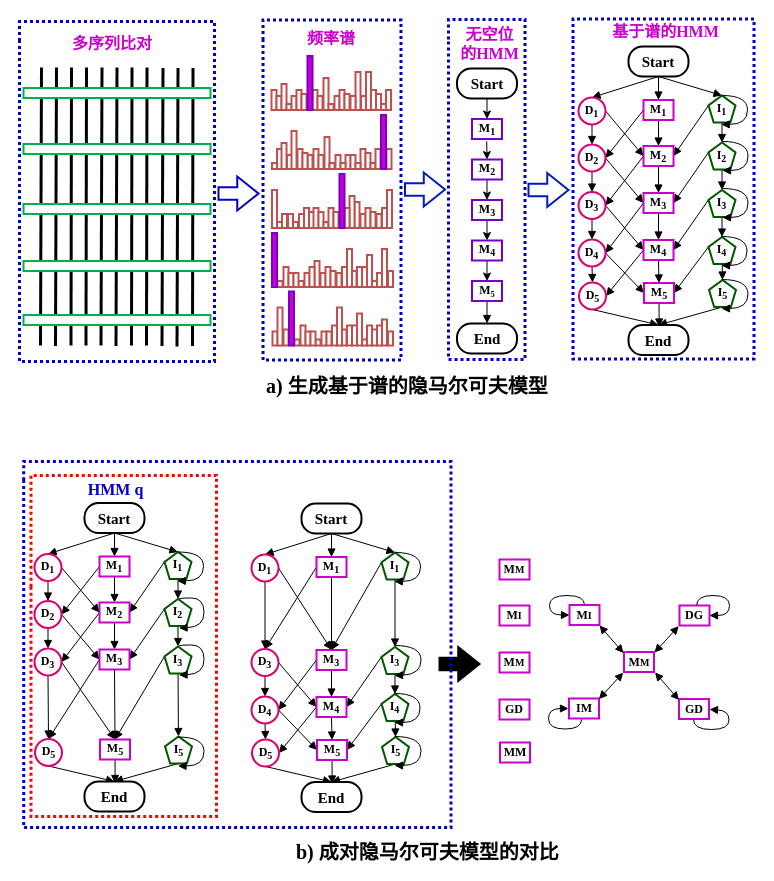
This is page "第 3 页" (3 of 4) of 复杂.drawio from chenjgui/Flow-chat, a draw.io file, before an edit. Source tidied: cells renumbered, new cells numbered last; positions are measured from the earlier drawing's top-left corner, leaving out a move shared by most shapes. Both pictures are drawn from the tidied source at 100%, with x=0, y=0 at pixel (19, 19).
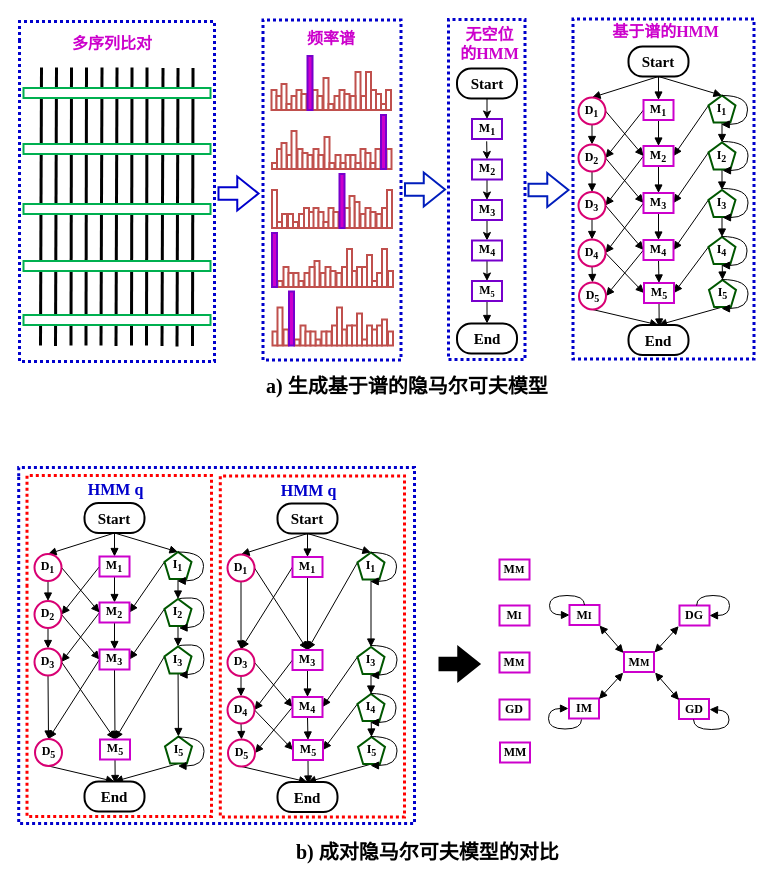
The same page after the edit.

Diff of the diagram source:
```diff
@@
     <mxCell id="231" value="&lt;font style=&quot;font-size: 15px&quot; face=&quot;Times New Roman&quot;&gt;Start&lt;/font&gt;" style="rounded=1;whiteSpace=wrap;html=1;arcSize=47;strokeWidth=2;fontStyle=1;rotation=0;" parent="1" vertex="1">
-      <mxGeometry x="282" y="484" width="60" height="30" as="geometry" />
+      <mxGeometry x="258" y="484" width="60" height="30" as="geometry" />
     </mxCell>
@@
     <mxCell id="234" value="&lt;font face=&quot;Times New Roman&quot;&gt;&lt;b&gt;I&lt;sub&gt;1&lt;/sub&gt;&lt;/b&gt;&lt;/font&gt;" style="whiteSpace=wrap;html=1;shape=mxgraph.basic.pentagon;strokeWidth=2;fillColor=#FFFFFF;strokeColor=#005700;" parent="1" vertex="1">
-      <mxGeometry x="362" y="533" width="27" height="27" as="geometry" />
+      <mxGeometry x="338" y="533" width="27" height="27" as="geometry" />
     </mxCell>
     <mxCell id="235" style="edgeStyle=orthogonalEdgeStyle;rounded=0;orthogonalLoop=1;jettySize=auto;html=1;exitX=0.5;exitY=0;exitDx=0;exitDy=0;exitPerimeter=0;entryX=0.473;entryY=1.072;entryDx=0;entryDy=0;entryPerimeter=0;endArrow=block;endFill=1;fontFamily=Times New Roman;curved=1;" parent="1" edge="1" source="234" target="234">
       <mxGeometry relative="1" as="geometry">
         <Array as="points">
-          <mxPoint x="401" y="533" />
-          <mxPoint x="401" y="562" />
+          <mxPoint x="377" y="533" />
+          <mxPoint x="377" y="562" />
         </Array>
       </mxGeometry>
     </mxCell>
@@
     <mxCell id="238" value="&lt;font face=&quot;Times New Roman&quot;&gt;M&lt;sub&gt;1&lt;/sub&gt;&lt;/font&gt;" style="rounded=0;whiteSpace=wrap;html=1;fillColor=#FFFFFF;strokeColor=#CC00CC;strokeWidth=2;fontStyle=1;rotation=0;" parent="1" vertex="1">
-      <mxGeometry x="297" y="537.5" width="30" height="20" as="geometry" />
+      <mxGeometry x="273" y="537.5" width="30" height="20" as="geometry" />
     </mxCell>
@@
     <mxCell id="241" value="&lt;b&gt;D&lt;sub&gt;1&lt;/sub&gt;&lt;/b&gt;" style="ellipse;whiteSpace=wrap;html=1;strokeWidth=2;fillColor=#FFFFFF;strokeColor=#D80073;fontFamily=Times New Roman;" parent="1" vertex="1">
-      <mxGeometry x="232" y="535" width="27" height="27" as="geometry" />
+      <mxGeometry x="208" y="535" width="27" height="27" as="geometry" />
     </mxCell>
@@
     <mxCell id="244" value="&lt;b style=&quot;font-family: &amp;#34;times new roman&amp;#34; ; white-space: normal&quot;&gt;I&lt;sub&gt;3&lt;/sub&gt;&lt;/b&gt;" style="whiteSpace=wrap;html=1;shape=mxgraph.basic.pentagon;strokeWidth=2;fillColor=#FFFFFF;strokeColor=#005700;" parent="1" vertex="1">
-      <mxGeometry x="362" y="627.5" width="27" height="27" as="geometry" />
+      <mxGeometry x="338" y="627.5" width="27" height="27" as="geometry" />
     </mxCell>
@@
     <mxCell id="247" value="&lt;font face=&quot;Times New Roman&quot;&gt;M&lt;sub&gt;3&lt;/sub&gt;&lt;/font&gt;" style="rounded=0;whiteSpace=wrap;html=1;fillColor=#FFFFFF;strokeColor=#CC00CC;strokeWidth=2;fontStyle=1;rotation=0;" parent="1" vertex="1">
-      <mxGeometry x="297" y="630.5" width="30" height="20" as="geometry" />
+      <mxGeometry x="273" y="630.5" width="30" height="20" as="geometry" />
     </mxCell>
@@
     <mxCell id="250" value="&lt;b style=&quot;font-family: &amp;#34;times new roman&amp;#34; ; white-space: normal&quot;&gt;D&lt;sub&gt;3&lt;/sub&gt;&lt;/b&gt;" style="ellipse;whiteSpace=wrap;html=1;strokeWidth=2;fillColor=#FFFFFF;strokeColor=#D80073;" parent="1" vertex="1">
-      <mxGeometry x="232" y="629.5" width="27" height="27" as="geometry" />
+      <mxGeometry x="208" y="629.5" width="27" height="27" as="geometry" />
     </mxCell>
@@
     <mxCell id="253" value="&lt;b style=&quot;font-family: &amp;#34;times new roman&amp;#34; ; white-space: normal&quot;&gt;I&lt;sub&gt;4&lt;/sub&gt;&lt;/b&gt;" style="whiteSpace=wrap;html=1;shape=mxgraph.basic.pentagon;strokeWidth=2;fillColor=#FFFFFF;strokeColor=#005700;" parent="1" vertex="1">
-      <mxGeometry x="362" y="674.5" width="27" height="27" as="geometry" />
+      <mxGeometry x="338" y="674.5" width="27" height="27" as="geometry" />
     </mxCell>
@@
     <mxCell id="256" value="&lt;font face=&quot;Times New Roman&quot;&gt;M&lt;sub&gt;4&lt;/sub&gt;&lt;/font&gt;" style="rounded=0;whiteSpace=wrap;html=1;fillColor=#FFFFFF;strokeColor=#CC00CC;strokeWidth=2;fontStyle=1;rotation=0;" parent="1" vertex="1">
-      <mxGeometry x="297" y="677.5" width="30" height="20" as="geometry" />
+      <mxGeometry x="273" y="677.5" width="30" height="20" as="geometry" />
     </mxCell>
@@
     <mxCell id="259" value="&lt;b style=&quot;font-family: &amp;#34;times new roman&amp;#34; ; white-space: normal&quot;&gt;D&lt;sub&gt;4&lt;/sub&gt;&lt;/b&gt;" style="ellipse;whiteSpace=wrap;html=1;strokeWidth=2;fillColor=#FFFFFF;strokeColor=#D80073;" parent="1" vertex="1">
-      <mxGeometry x="232" y="677" width="27" height="27" as="geometry" />
+      <mxGeometry x="208" y="677" width="27" height="27" as="geometry" />
     </mxCell>
     <mxCell id="260" style="edgeStyle=orthogonalEdgeStyle;rounded=0;orthogonalLoop=1;jettySize=auto;html=1;exitX=0.5;exitY=0;exitDx=0;exitDy=0;exitPerimeter=0;entryX=0.473;entryY=1.072;entryDx=0;entryDy=0;entryPerimeter=0;endArrow=block;endFill=1;fontFamily=Times New Roman;curved=1;" parent="1" edge="1">
       <mxGeometry relative="1" as="geometry">
-        <mxPoint x="375" y="626" as="sourcePoint" />
-        <mxPoint x="375" y="656" as="targetPoint" />
+        <mxPoint x="351" y="626" as="sourcePoint" />
+        <mxPoint x="351" y="656" as="targetPoint" />
         <Array as="points">
-          <mxPoint x="401.5" y="626" />
-          <mxPoint x="401.5" y="655" />
+          <mxPoint x="377.5" y="626" />
+          <mxPoint x="377.5" y="655" />
         </Array>
       </mxGeometry>
     </mxCell>
     <mxCell id="261" style="edgeStyle=orthogonalEdgeStyle;rounded=0;orthogonalLoop=1;jettySize=auto;html=1;exitX=0.5;exitY=0;exitDx=0;exitDy=0;exitPerimeter=0;entryX=0.473;entryY=1.072;entryDx=0;entryDy=0;entryPerimeter=0;endArrow=block;endFill=1;fontFamily=Times New Roman;curved=1;" parent="1" edge="1">
       <mxGeometry relative="1" as="geometry">
-        <mxPoint x="375" y="674" as="sourcePoint" />
-        <mxPoint x="375" y="703" as="targetPoint" />
+        <mxPoint x="351" y="674" as="sourcePoint" />
+        <mxPoint x="351" y="703" as="targetPoint" />
         <Array as="points">
-          <mxPoint x="400.5" y="674" />
-          <mxPoint x="400.5" y="703" />
+          <mxPoint x="376.5" y="674" />
+          <mxPoint x="376.5" y="703" />
         </Array>
       </mxGeometry>
     </mxCell>
     <mxCell id="262" style="edgeStyle=none;rounded=0;jettySize=auto;html=1;endArrow=block;endFill=1;strokeWidth=1;fontFamily=Times New Roman;entryX=0.5;entryY=0;entryDx=0;entryDy=0;" parent="1" edge="1" target="268">
       <mxGeometry relative="1" as="geometry">
-        <mxPoint x="376" y="744.5" as="sourcePoint" />
+        <mxPoint x="352" y="744.5" as="sourcePoint" />
       </mxGeometry>
     </mxCell>
     <mxCell id="263" value="&lt;b style=&quot;font-family: &amp;#34;times new roman&amp;#34; ; white-space: normal&quot;&gt;I&lt;sub&gt;5&lt;/sub&gt;&lt;/b&gt;" style="whiteSpace=wrap;html=1;shape=mxgraph.basic.pentagon;strokeWidth=2;fillColor=#FFFFFF;strokeColor=#005700;" parent="1" vertex="1">
-      <mxGeometry x="362.5" y="717.5" width="27" height="27" as="geometry" />
+      <mxGeometry x="338.5" y="717.5" width="27" height="27" as="geometry" />
     </mxCell>
     <mxCell id="264" style="edgeStyle=none;rounded=0;jettySize=auto;html=1;exitX=0.5;exitY=1;exitDx=0;exitDy=0;endArrow=block;endFill=1;strokeWidth=1;fontFamily=Times New Roman;" parent="1" edge="1" source="265">
       <mxGeometry relative="1" as="geometry">
-        <mxPoint x="312.7" y="764.5" as="targetPoint" />
+        <mxPoint x="288.7" y="764.5" as="targetPoint" />
       </mxGeometry>
     </mxCell>
     <mxCell id="265" value="&lt;font face=&quot;Times New Roman&quot;&gt;M&lt;sub&gt;5&lt;/sub&gt;&lt;/font&gt;" style="rounded=0;whiteSpace=wrap;html=1;fillColor=#FFFFFF;strokeColor=#CC00CC;strokeWidth=2;fontStyle=1;rotation=0;" parent="1" vertex="1">
-      <mxGeometry x="297.5" y="720.5" width="30" height="20" as="geometry" />
+      <mxGeometry x="273.5" y="720.5" width="30" height="20" as="geometry" />
     </mxCell>
@@
     <mxCell id="267" value="&lt;b style=&quot;font-family: &amp;#34;times new roman&amp;#34; ; white-space: normal&quot;&gt;D&lt;sub&gt;5&lt;/sub&gt;&lt;/b&gt;" style="ellipse;whiteSpace=wrap;html=1;strokeWidth=2;fillColor=#FFFFFF;strokeColor=#D80073;" parent="1" vertex="1">
-      <mxGeometry x="232.5" y="720" width="27" height="27" as="geometry" />
+      <mxGeometry x="208.5" y="720" width="27" height="27" as="geometry" />
     </mxCell>
     <mxCell id="268" value="&lt;font style=&quot;font-size: 15px&quot; face=&quot;Times New Roman&quot;&gt;End&lt;/font&gt;" style="rounded=1;whiteSpace=wrap;html=1;arcSize=47;strokeWidth=2;fontStyle=1;" parent="1" vertex="1">
-      <mxGeometry x="282" y="762.5" width="60" height="30" as="geometry" />
+      <mxGeometry x="258" y="762.5" width="60" height="30" as="geometry" />
     </mxCell>
     <mxCell id="269" style="edgeStyle=orthogonalEdgeStyle;rounded=0;orthogonalLoop=1;jettySize=auto;html=1;exitX=0.5;exitY=0;exitDx=0;exitDy=0;exitPerimeter=0;entryX=0.473;entryY=1.072;entryDx=0;entryDy=0;entryPerimeter=0;endArrow=block;endFill=1;fontFamily=Times New Roman;curved=1;" parent="1" edge="1">
       <mxGeometry relative="1" as="geometry">
-        <mxPoint x="375" y="717" as="sourcePoint" />
-        <mxPoint x="375" y="746" as="targetPoint" />
+        <mxPoint x="351" y="717" as="sourcePoint" />
+        <mxPoint x="351" y="746" as="targetPoint" />
         <Array as="points">
-          <mxPoint x="401.5" y="717.5" />
-          <mxPoint x="401.5" y="746.5" />
+          <mxPoint x="377.5" y="717.5" />
+          <mxPoint x="377.5" y="746.5" />
         </Array>
       </mxGeometry>
     </mxCell>
@@
     <mxCell id="314" style="endArrow=none;dashed=1;html=1;edgeStyle=orthogonalEdgeStyle;strokeWidth=3;fontFamily=Times New Roman;dashPattern=1 1;strokeColor=#0000CC;rounded=0;" parent="1" edge="1">
       <mxGeometry relative="1" as="geometry">
-        <mxPoint x="4.2" y="460.8" as="sourcePoint" />
-        <mxPoint x="4.2" y="460.8" as="targetPoint" />
+        <mxPoint x="-0.8" y="456.8" as="sourcePoint" />
+        <mxPoint x="-0.8" y="456.8" as="targetPoint" />
         <Array as="points">
-          <mxPoint x="4.5" y="442" />
-          <mxPoint x="431.5" y="442" />
-          <mxPoint x="431.5" y="808" />
-          <mxPoint x="4.5" y="808" />
+          <mxPoint x="-1" y="448" />
+          <mxPoint x="395" y="448" />
+          <mxPoint x="395" y="804" />
+          <mxPoint x="-1" y="804" />
         </Array>
       </mxGeometry>
     </mxCell>
@@
     <mxCell id="316" style="endArrow=none;dashed=1;html=1;edgeStyle=orthogonalEdgeStyle;strokeWidth=3;fontFamily=Times New Roman;dashPattern=1 1;strokeColor=#FF0000;rounded=0;" parent="1" edge="1">
       <mxGeometry relative="1" as="geometry">
-        <mxPoint x="11.5" y="567.2" as="sourcePoint" />
-        <mxPoint x="11.5" y="567.2" as="targetPoint" />
+        <mxPoint x="7.5" y="567.2" as="sourcePoint" />
+        <mxPoint x="7.5" y="567.2" as="targetPoint" />
         <Array as="points">
-          <mxPoint x="11" y="456" />
-          <mxPoint x="197" y="456" />
-          <mxPoint x="197" y="797" />
-          <mxPoint x="11" y="797" />
+          <mxPoint x="7" y="456" />
+          <mxPoint x="192" y="456" />
+          <mxPoint x="192" y="797" />
+          <mxPoint x="7" y="797" />
         </Array>
       </mxGeometry>
     </mxCell>
+    <mxCell id="317" value="&lt;div&gt;&lt;b style=&quot;font-size: 16px&quot;&gt;&lt;font color=&quot;#0000cc&quot;&gt;HMM q&lt;/font&gt;&lt;/b&gt;&lt;/div&gt;" style="text;html=1;align=center;verticalAlign=top;spacingTop=-4;fontFamily=Times New Roman;fontColor=#CC00CC;" parent="1" vertex="1">
+      <mxGeometry x="253.5" y="458.5" width="70" height="20" as="geometry" />
+    </mxCell>
+    <mxCell id="318" style="endArrow=none;dashed=1;html=1;edgeStyle=orthogonalEdgeStyle;strokeWidth=3;fontFamily=Times New Roman;dashPattern=1 1;strokeColor=#FF0000;rounded=0;" parent="1" edge="1">
+      <mxGeometry relative="1" as="geometry">
+        <mxPoint x="200.8" y="567.7" as="sourcePoint" />
+        <mxPoint x="200.8" y="567.7" as="targetPoint" />
+        <Array as="points">
+          <mxPoint x="200" y="456.5" />
+          <mxPoint x="385" y="456.5" />
+          <mxPoint x="385" y="797.5" />
+          <mxPoint x="200" y="797.5" />
+        </Array>
+      </mxGeometry>
+    </mxCell>
```
